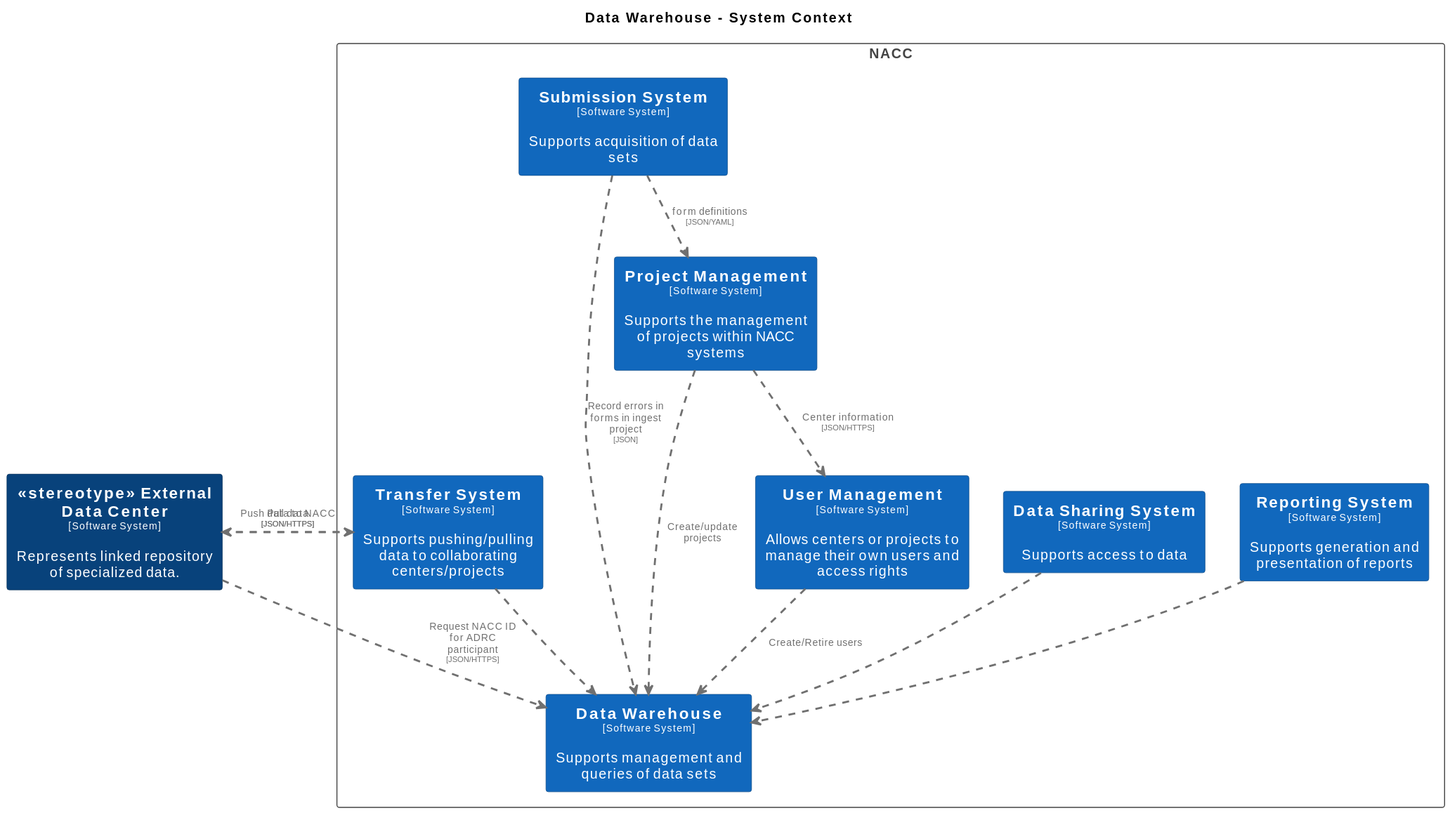
Earlier version of the PlantUML export docs/images/structurizr-WarehouseContext.svg (naccdata/system-design).
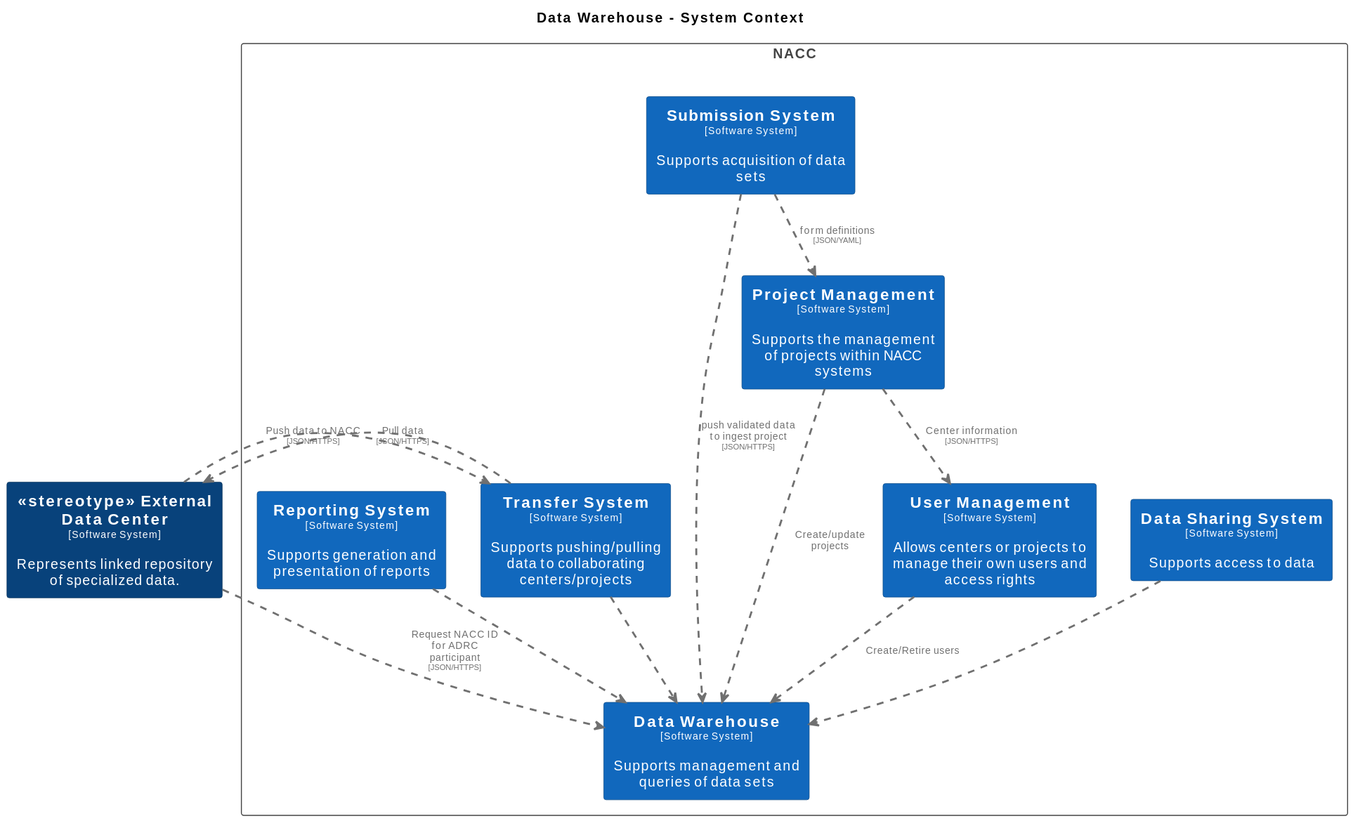
Later version of the same file.

What changed in the source:
```diff
@@ -59,13 +59,13 @@
   skinparam RectangleBorderColor<<enterprise>> #444444
   skinparam RectangleFontColor<<enterprise>> #444444
 
-  rectangle "==Reporting System\n<size:10>[Software System]</size>\n\nSupports generation and presentation of reports" <<ReportingSystem>> as ReportingSystem
   rectangle "==Data Sharing System\n<size:10>[Software System]</size>\n\nSupports access to data" <<DataSharingSystem>> as DataSharingSystem
   rectangle "==Data Warehouse\n<size:10>[Software System]</size>\n\nSupports management and queries of data sets" <<DataWarehouse>> as DataWarehouse
   rectangle "==User Management\n<size:10>[Software System]</size>\n\nAllows centers or projects to manage their own users and access rights" <<UserManagement>> as UserManagement
   rectangle "==Project Management\n<size:10>[Software System]</size>\n\nSupports the management of projects within NACC systems" <<ProjectManagement>> as ProjectManagement
   rectangle "==Submission System\n<size:10>[Software System]</size>\n\nSupports acquisition of data sets" <<SubmissionSystem>> as SubmissionSystem
   rectangle "==Transfer System\n<size:10>[Software System]</size>\n\nSupports pushing/pulling data to collaborating centers/projects" <<TransferSystem>> as TransferSystem
+  rectangle "==Reporting System\n<size:10>[Software System]</size>\n\nSupports generation and presentation of reports" <<ReportingSystem>> as ReportingSystem
 }
 
 rectangle "==<<stereotype>> External Data Center\n<size:10>[Software System]</size>\n\nRepresents linked repository of specialized data." <<stereotypeExternalDataCenter>> as stereotypeExternalDataCenter
@@ -78,7 +78,7 @@
 UserManagement .[#707070,thickness=2].> DataWarehouse : "<color:#707070>Create/Retire users"
 ProjectManagement .[#707070,thickness=2].> UserManagement : "<color:#707070>Center information\n<color:#707070><size:8>[JSON/HTTPS]</size>"
 ProjectManagement .[#707070,thickness=2].> DataWarehouse : "<color:#707070>Create/update projects"
-SubmissionSystem .[#707070,thickness=2].> DataWarehouse : "<color:#707070>Record errors in forms in ingest project\n<color:#707070><size:8>[JSON]</size>"
 SubmissionSystem .[#707070,thickness=2].> ProjectManagement : "<color:#707070>form definitions\n<color:#707070><size:8>[JSON/YAML]</size>"
+SubmissionSystem .[#707070,thickness=2].> DataWarehouse : "<color:#707070>push validated data to ingest project\n<color:#707070><size:8>[JSON/HTTPS]</size>"
 TransferSystem .[#707070,thickness=2].> DataWarehouse : "<color:#707070>"
 @enduml
```
